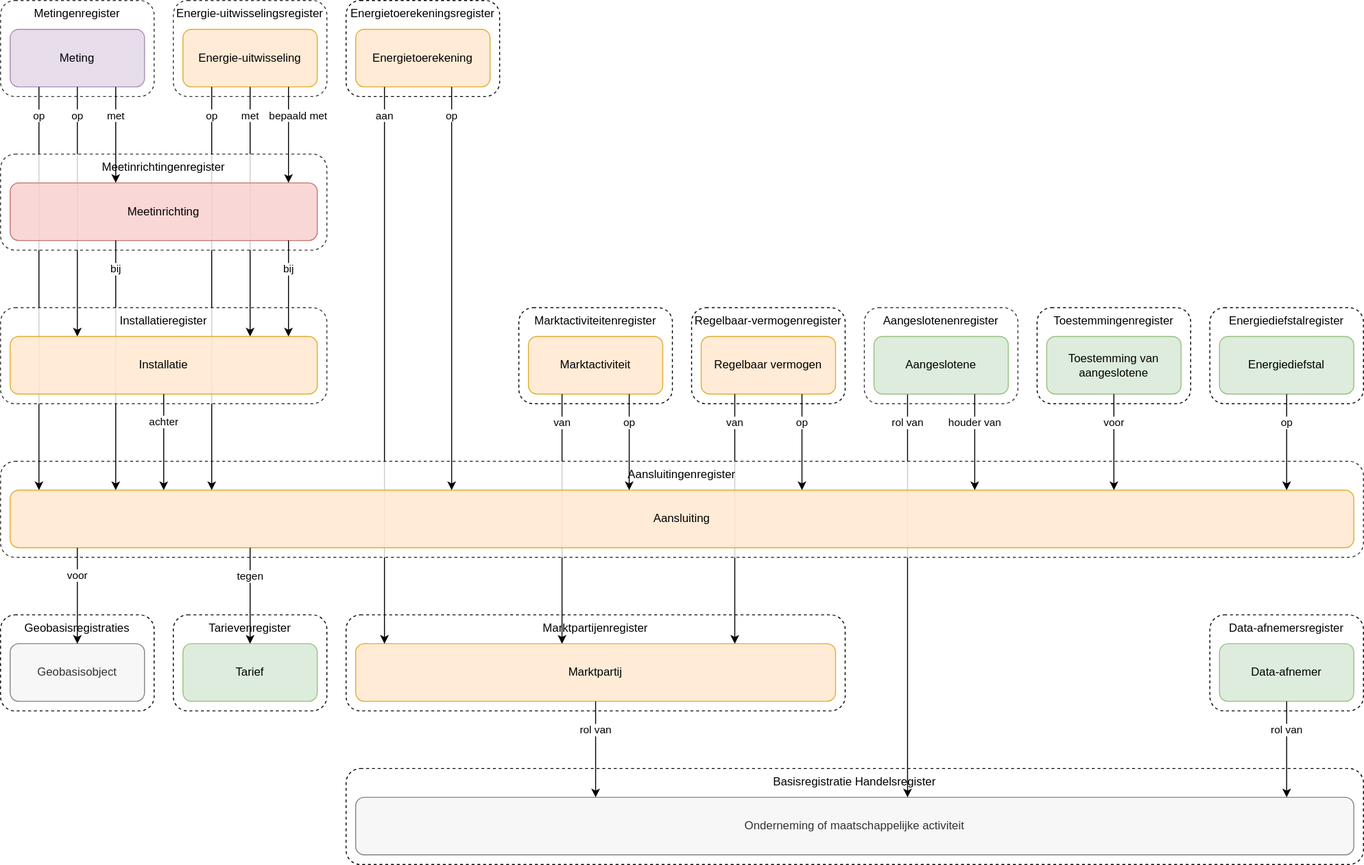
Before: docs/assets/images/stelselplaat.drawio.svg, a diagram exported from draw.io (sefanja/nbnl-conceptuele-informatiemodellen). Source tidied: cells renumbered, new cells last; positions are measured from the earlier drawing's top-left corner, leaving out a move shared by most shapes.
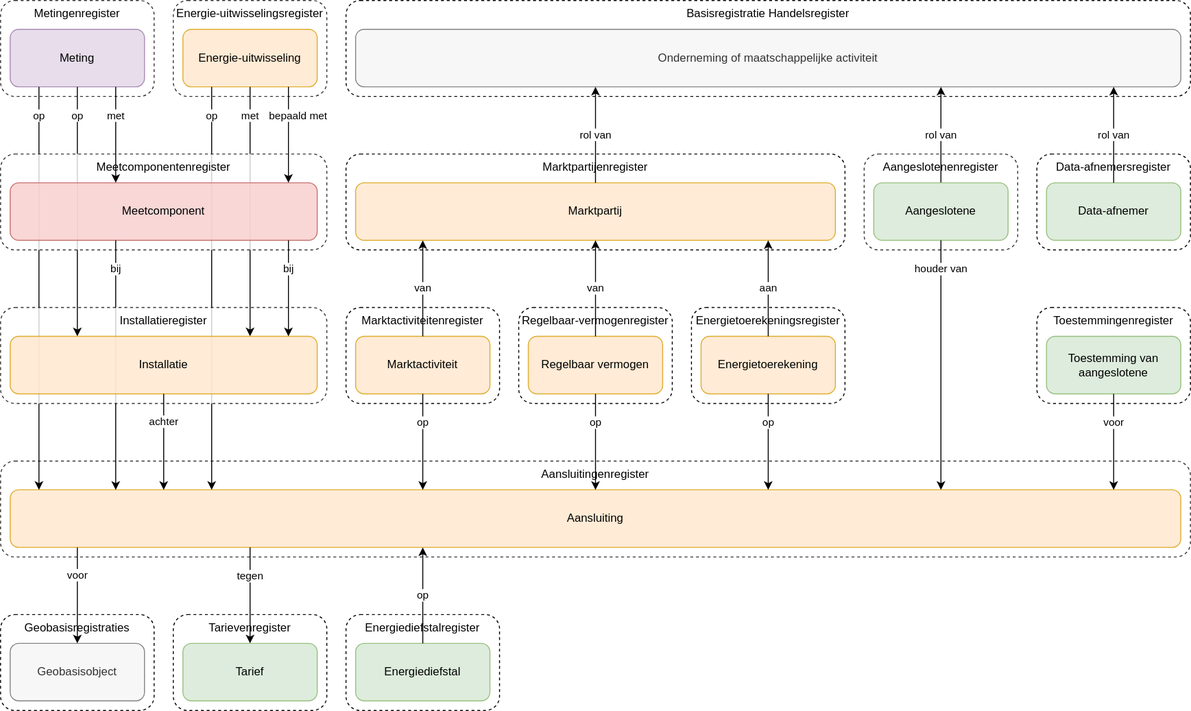
Above is the later version.

What changed in the source:
```diff
@@ -6,44 +6,40 @@
       <mxGeometry x="1080" y="320" width="160" height="100" as="geometry" />
     </mxCell>
     <mxCell id="3" value="Marktpartijenregister" style="rounded=1;whiteSpace=wrap;html=1;verticalAlign=top;align=center;horizontal=1;dashed=1;" parent="1" vertex="1">
-      <mxGeometry x="360" y="640" width="520" height="100" as="geometry" />
+      <mxGeometry x="360" y="160" width="520" height="100" as="geometry" />
     </mxCell>
     <mxCell id="4" value="Marktpartij" style="rounded=1;whiteSpace=wrap;html=1;fillColor=#ffe6cc;strokeColor=#d79b00;opacity=80;" parent="1" vertex="1">
-      <mxGeometry x="370" y="670" width="500" height="60" as="geometry" />
+      <mxGeometry x="370" y="190" width="500" height="60" as="geometry" />
     </mxCell>
     <mxCell id="5" value="Marktactiviteitenregister" style="rounded=1;whiteSpace=wrap;html=1;verticalAlign=top;align=center;horizontal=1;dashed=1;" parent="1" vertex="1">
-      <mxGeometry x="540" y="320" width="160" height="100" as="geometry" />
+      <mxGeometry x="360" y="320" width="160" height="100" as="geometry" />
     </mxCell>
     <mxCell id="6" value="Regelbaar-vermogenregister" style="rounded=1;whiteSpace=wrap;html=1;verticalAlign=top;align=center;horizontal=1;dashed=1;" parent="1" vertex="1">
-      <mxGeometry x="720" y="320" width="160" height="100" as="geometry" />
+      <mxGeometry x="540" y="320" width="160" height="100" as="geometry" />
     </mxCell>
     <mxCell id="7" value="Marktactiviteit" style="rounded=1;whiteSpace=wrap;html=1;fillColor=#ffe6cc;strokeColor=#d79b00;opacity=80;" parent="1" vertex="1">
-      <mxGeometry x="550" y="350" width="140" height="60" as="geometry" />
+      <mxGeometry x="370" y="350" width="140" height="60" as="geometry" />
     </mxCell>
     <mxCell id="8" value="Toestemming van aangeslotene" style="rounded=1;whiteSpace=wrap;html=1;fillColor=#d5e8d4;strokeColor=#82b366;opacity=80;" parent="1" vertex="1">
       <mxGeometry x="1090" y="350" width="140" height="60" as="geometry" />
     </mxCell>
     <mxCell id="9" value="Regelbaar vermogen" style="rounded=1;whiteSpace=wrap;html=1;fillColor=#ffe6cc;strokeColor=#d79b00;opacity=80;" parent="1" vertex="1">
-      <mxGeometry x="730" y="350" width="140" height="60" as="geometry" />
+      <mxGeometry x="550" y="350" width="140" height="60" as="geometry" />
     </mxCell>
-    <mxCell id="10" value="van" style="endArrow=classic;html=1;rounded=0;edgeStyle=elbowEdgeStyle;exitX=0.25;exitY=1;exitDx=0;exitDy=0;" parent="1" edge="1" source="7" target="4">
-      <mxGeometry x="-0.77" relative="1" as="geometry" />
+    <mxCell id="10" value="van" style="endArrow=classic;html=1;rounded=0;edgeStyle=elbowEdgeStyle;" parent="1" edge="1" source="7" target="4">
+      <mxGeometry relative="1" as="geometry" />
     </mxCell>
-    <mxCell id="11" value="van" style="endArrow=classic;html=1;rounded=0;edgeStyle=elbowEdgeStyle;exitX=0.25;exitY=1;exitDx=0;exitDy=0;" parent="1" edge="1" source="9" target="4">
-      <mxGeometry x="-0.77" relative="1" as="geometry" />
+    <mxCell id="11" value="van" style="endArrow=classic;html=1;rounded=0;edgeStyle=elbowEdgeStyle;" parent="1" edge="1" source="9" target="4">
+      <mxGeometry relative="1" as="geometry" />
     </mxCell>
     <mxCell id="12" value="Energietoerekeningsregister" style="rounded=1;whiteSpace=wrap;html=1;verticalAlign=top;align=center;horizontal=1;dashed=1;" parent="1" vertex="1">
-      <mxGeometry x="360" width="160" height="100" as="geometry" />
+      <mxGeometry x="720" y="320" width="160" height="100" as="geometry" />
     </mxCell>
     <mxCell id="13" value="Energietoerekening" style="rounded=1;whiteSpace=wrap;html=1;fillColor=#ffe6cc;strokeColor=#d79b00;opacity=80;" parent="1" vertex="1">
-      <mxGeometry x="370" y="30" width="140" height="60" as="geometry" />
+      <mxGeometry x="730" y="350" width="140" height="60" as="geometry" />
     </mxCell>
     <mxCell id="14" value="aan" style="endArrow=classic;html=1;rounded=0;edgeStyle=elbowEdgeStyle;" parent="1" edge="1" source="13" target="4">
-      <mxGeometry x="-0.9" relative="1" as="geometry">
-        <Array as="points">
-          <mxPoint x="400" y="370" />
-        </Array>
-      </mxGeometry>
+      <mxGeometry relative="1" as="geometry" />
     </mxCell>
     <mxCell id="15" value="Geobasisregistraties" style="rounded=1;whiteSpace=wrap;html=1;verticalAlign=top;horizontal=1;align=center;dashed=1;" parent="1" vertex="1">
       <mxGeometry y="640" width="160" height="100" as="geometry" />
@@ -52,40 +48,40 @@
       <mxGeometry x="10" y="670" width="140" height="60" as="geometry" />
     </mxCell>
     <mxCell id="17" value="Basisregistratie Handelsregister" style="rounded=1;whiteSpace=wrap;html=1;verticalAlign=top;horizontal=1;align=center;dashed=1;" parent="1" vertex="1">
-      <mxGeometry x="360" y="800" width="1060" height="100" as="geometry" />
+      <mxGeometry x="360" width="880" height="100" as="geometry" />
     </mxCell>
     <mxCell id="18" value="Onderneming of maatschappelijke activiteit" style="rounded=1;whiteSpace=wrap;html=1;fillColor=#f5f5f5;strokeColor=#666666;fontColor=#333333;opacity=80;" parent="1" vertex="1">
-      <mxGeometry x="370" y="830" width="1040" height="60" as="geometry" />
+      <mxGeometry x="370" y="30" width="860" height="60" as="geometry" />
     </mxCell>
     <mxCell id="19" value="Tarievenregister" style="rounded=1;whiteSpace=wrap;html=1;verticalAlign=top;horizontal=1;align=center;strokeWidth=1;dashed=1;" parent="1" vertex="1">
       <mxGeometry x="180" y="640" width="160" height="100" as="geometry" />
     </mxCell>
     <mxCell id="20" value="Data-afnemersregister" style="rounded=1;whiteSpace=wrap;html=1;verticalAlign=top;horizontal=1;align=center;dashed=1;" parent="1" vertex="1">
-      <mxGeometry x="1260" y="640" width="160" height="100" as="geometry" />
+      <mxGeometry x="1080" y="160" width="160" height="100" as="geometry" />
     </mxCell>
     <mxCell id="21" value="Tarief" style="rounded=1;whiteSpace=wrap;html=1;fillColor=#d5e8d4;strokeColor=#82b366;opacity=80;" parent="1" vertex="1">
       <mxGeometry x="190" y="670" width="140" height="60" as="geometry" />
     </mxCell>
     <mxCell id="22" value="Data-afnemer" style="rounded=1;whiteSpace=wrap;html=1;fillColor=#d5e8d4;strokeColor=#82b366;opacity=80;" parent="1" vertex="1">
-      <mxGeometry x="1270" y="670" width="140" height="60" as="geometry" />
+      <mxGeometry x="1090" y="190" width="140" height="60" as="geometry" />
     </mxCell>
     <mxCell id="23" value="Aangeslotenenregister" style="rounded=1;whiteSpace=wrap;html=1;verticalAlign=top;horizontal=1;align=center;dashed=1;strokeWidth=1;opacity=80;" parent="1" vertex="1">
-      <mxGeometry x="900" y="320" width="160" height="100" as="geometry" />
+      <mxGeometry x="900" y="160" width="160" height="100" as="geometry" />
     </mxCell>
-    <mxCell id="24" value="rol van" style="endArrow=classic;html=1;rounded=0;edgeStyle=elbowEdgeStyle;exitX=0.25;exitY=1;exitDx=0;exitDy=0;" parent="1" edge="1" source="55" target="18">
-      <mxGeometry x="-0.86" relative="1" as="geometry" />
+    <mxCell id="24" value="rol van" style="endArrow=classic;html=1;rounded=0;edgeStyle=elbowEdgeStyle;" parent="1" edge="1" source="55" target="18">
+      <mxGeometry relative="1" as="geometry" />
     </mxCell>
     <mxCell id="25" value="Aansluitingenregister" style="rounded=1;whiteSpace=wrap;html=1;verticalAlign=top;horizontal=1;align=center;dashed=1;opacity=80;" parent="1" vertex="1">
-      <mxGeometry y="480" width="1420" height="100" as="geometry" />
+      <mxGeometry y="480" width="1240" height="100" as="geometry" />
     </mxCell>
     <mxCell id="26" value="Aansluiting" style="rounded=1;whiteSpace=wrap;html=1;fillColor=#ffe6cc;strokeColor=#d79b00;opacity=80;" parent="1" vertex="1">
-      <mxGeometry x="10" y="510" width="1400" height="60" as="geometry" />
+      <mxGeometry x="10" y="510" width="1220" height="60" as="geometry" />
     </mxCell>
     <mxCell id="27" value="Energiediefstalregister" style="rounded=1;whiteSpace=wrap;html=1;verticalAlign=top;align=center;horizontal=1;dashed=1;" parent="1" vertex="1">
-      <mxGeometry x="1260" y="320" width="160" height="100" as="geometry" />
+      <mxGeometry x="360" y="640" width="160" height="100" as="geometry" />
     </mxCell>
     <mxCell id="28" value="Energiediefstal" style="rounded=1;whiteSpace=wrap;html=1;fillColor=#d5e8d4;strokeColor=#82b366;opacity=80;" parent="1" vertex="1">
-      <mxGeometry x="1270" y="350" width="140" height="60" as="geometry" />
+      <mxGeometry x="370" y="670" width="140" height="60" as="geometry" />
     </mxCell>
     <mxCell id="29" value="Energie-uitwisselingsregister" style="rounded=1;whiteSpace=wrap;html=1;verticalAlign=top;horizontal=1;align=center;strokeWidth=1;dashed=1;opacity=80;" parent="1" vertex="1">
       <mxGeometry x="180" width="160" height="100" as="geometry" />
@@ -99,7 +95,7 @@
     <mxCell id="32" value="Meting" style="rounded=1;whiteSpace=wrap;html=1;fillColor=#e1d5e7;strokeColor=#9673a6;opacity=80;" parent="1" vertex="1">
       <mxGeometry x="10" y="30" width="140" height="60" as="geometry" />
     </mxCell>
-    <mxCell id="33" value="op" style="endArrow=classic;html=1;rounded=0;edgeStyle=elbowEdgeStyle;exitX=0.75;exitY=1;exitDx=0;exitDy=0;" parent="1" edge="1" source="7" target="26">
+    <mxCell id="33" value="op" style="endArrow=classic;html=1;rounded=0;edgeStyle=elbowEdgeStyle;" parent="1" edge="1" source="7" target="26">
       <mxGeometry x="-0.4" relative="1" as="geometry" />
     </mxCell>
     <mxCell id="34" value="op" style="endArrow=classic;html=1;rounded=0;edgeStyle=elbowEdgeStyle;" parent="1" edge="1" source="31" target="26">
@@ -113,7 +109,7 @@
       <mxGeometry x="-0.4" relative="1" as="geometry" />
     </mxCell>
     <mxCell id="36" value="rol van" style="endArrow=classic;html=1;rounded=0;edgeStyle=elbowEdgeStyle;" parent="1" edge="1" source="4" target="18">
-      <mxGeometry x="-0.4" relative="1" as="geometry" />
+      <mxGeometry relative="1" as="geometry" />
     </mxCell>
     <mxCell id="37" value="voor" style="endArrow=classic;html=1;rounded=0;edgeStyle=elbowEdgeStyle;" parent="1" edge="1" source="26" target="16">
       <mxGeometry x="-0.4" relative="1" as="geometry">
@@ -127,21 +123,17 @@
         </Array>
       </mxGeometry>
     </mxCell>
-    <mxCell id="39" value="op" style="endArrow=classic;html=1;rounded=0;edgeStyle=elbowEdgeStyle;exitX=0.75;exitY=1;exitDx=0;exitDy=0;" parent="1" edge="1" source="9" target="26">
+    <mxCell id="39" value="op" style="endArrow=classic;html=1;rounded=0;edgeStyle=elbowEdgeStyle;" parent="1" edge="1" source="9" target="26">
       <mxGeometry x="-0.4" relative="1" as="geometry" />
     </mxCell>
     <mxCell id="40" value="op" style="endArrow=classic;html=1;rounded=0;edgeStyle=elbowEdgeStyle;" parent="1" edge="1" source="28" target="26">
-      <mxGeometry x="-0.4" relative="1" as="geometry" />
+      <mxGeometry relative="1" as="geometry" />
     </mxCell>
     <mxCell id="41" value="rol van" style="endArrow=classic;html=1;rounded=0;edgeStyle=elbowEdgeStyle;" parent="1" edge="1" source="22" target="18">
-      <mxGeometry x="-0.4" relative="1" as="geometry" />
+      <mxGeometry relative="1" as="geometry" />
     </mxCell>
     <mxCell id="42" value="op" style="endArrow=classic;html=1;rounded=0;edgeStyle=elbowEdgeStyle;" parent="1" edge="1" source="13" target="26">
-      <mxGeometry x="-0.86" relative="1" as="geometry">
-        <Array as="points">
-          <mxPoint x="470" y="220" />
-        </Array>
-      </mxGeometry>
+      <mxGeometry x="-0.4" relative="1" as="geometry" />
     </mxCell>
     <mxCell id="43" value="bij" style="endArrow=classic;html=1;rounded=0;edgeStyle=elbowEdgeStyle;" parent="1" edge="1" target="26">
       <mxGeometry x="-0.84" relative="1" as="geometry">
@@ -164,10 +156,10 @@
         </Array>
       </mxGeometry>
     </mxCell>
-    <mxCell id="47" value="Meetinrichtingenregister" style="rounded=1;whiteSpace=wrap;html=1;verticalAlign=top;align=center;horizontal=1;dashed=1;strokeWidth=1;opacity=80;" parent="1" vertex="1">
+    <mxCell id="47" value="Meetcomponentenregister" style="rounded=1;whiteSpace=wrap;html=1;verticalAlign=top;align=center;horizontal=1;dashed=1;strokeWidth=1;opacity=80;" parent="1" vertex="1">
       <mxGeometry y="160" width="340" height="100" as="geometry" />
     </mxCell>
-    <mxCell id="48" value="Meetinrichting" style="rounded=1;whiteSpace=wrap;html=1;fillColor=#f8cecc;strokeColor=#b85450;opacity=80;" parent="1" vertex="1">
+    <mxCell id="48" value="Meetcomponent" style="rounded=1;whiteSpace=wrap;html=1;fillColor=#f8cecc;strokeColor=#b85450;opacity=80;" parent="1" vertex="1">
       <mxGeometry x="10" y="190" width="320" height="60" as="geometry" />
     </mxCell>
     <mxCell id="49" value="Installatie" style="rounded=1;whiteSpace=wrap;html=1;fillColor=#ffe6cc;strokeColor=#d79b00;opacity=80;" parent="1" vertex="1">
@@ -206,10 +198,10 @@
       </mxGeometry>
     </mxCell>
     <mxCell id="55" value="Aangeslotene" style="rounded=1;whiteSpace=wrap;html=1;fillColor=#d5e8d4;strokeColor=#82b366;opacity=80;" parent="1" vertex="1">
-      <mxGeometry x="910" y="350" width="140" height="60" as="geometry" />
+      <mxGeometry x="910" y="190" width="140" height="60" as="geometry" />
     </mxCell>
-    <mxCell id="56" value="houder van" style="endArrow=classic;html=1;rounded=0;edgeStyle=elbowEdgeStyle;exitX=0.75;exitY=1;exitDx=0;exitDy=0;" parent="1" edge="1" source="55" target="26">
-      <mxGeometry x="-0.4" relative="1" as="geometry" />
+    <mxCell id="56" value="houder van" style="endArrow=classic;html=1;rounded=0;edgeStyle=elbowEdgeStyle;" parent="1" edge="1" source="55" target="26">
+      <mxGeometry x="-0.77" relative="1" as="geometry" />
     </mxCell>
     <mxCell id="57" value="voor" style="endArrow=classic;html=1;rounded=0;edgeStyle=elbowEdgeStyle;endFill=1;" parent="1" edge="1" source="8" target="26">
       <mxGeometry x="-0.4" relative="1" as="geometry" />
```
